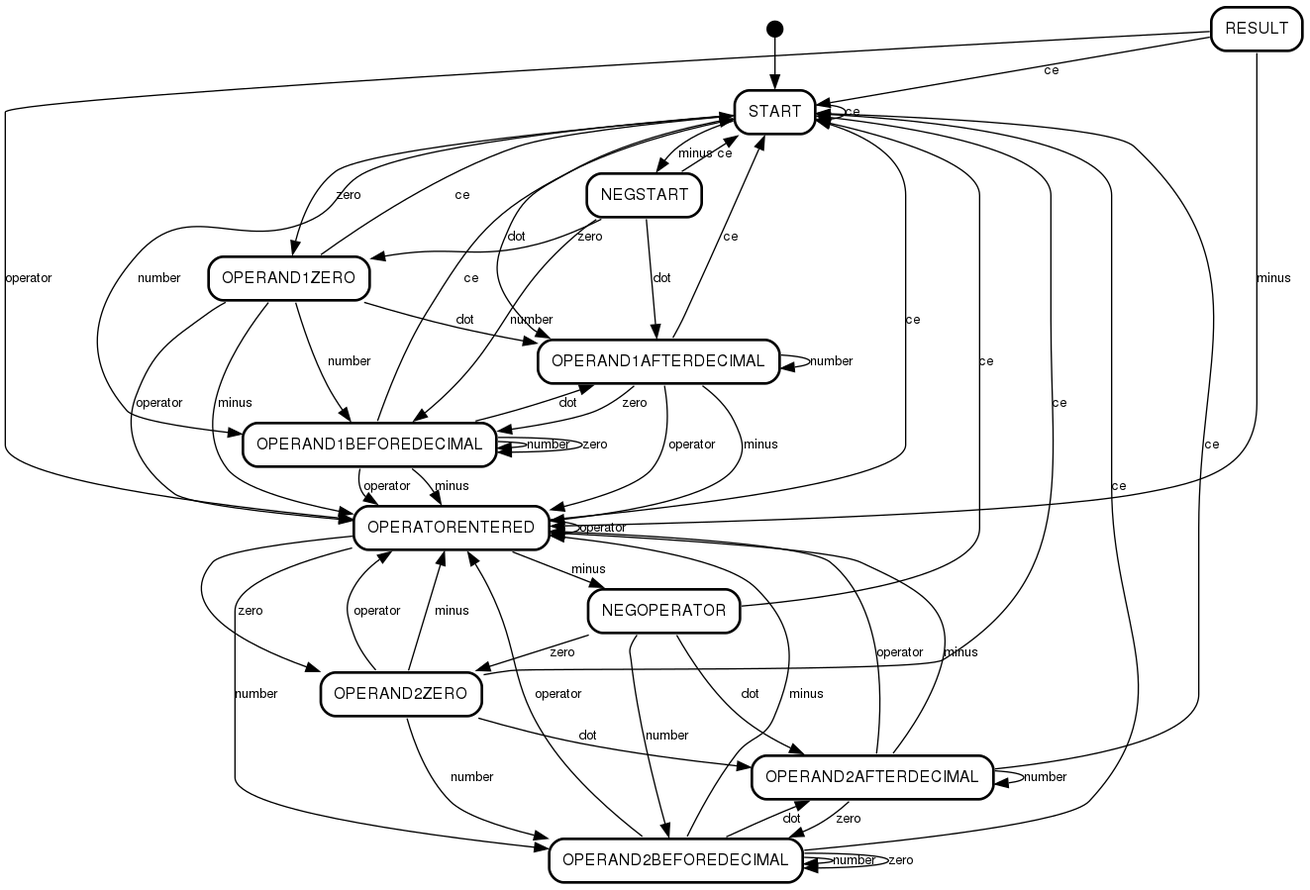
Earlier version of the Graphviz export examples/calc/statecharts/graph.png (diegoperezm/simple-machine-config-xstate). Its source is kept beside it as examples/calc/statecharts/graph.dot.
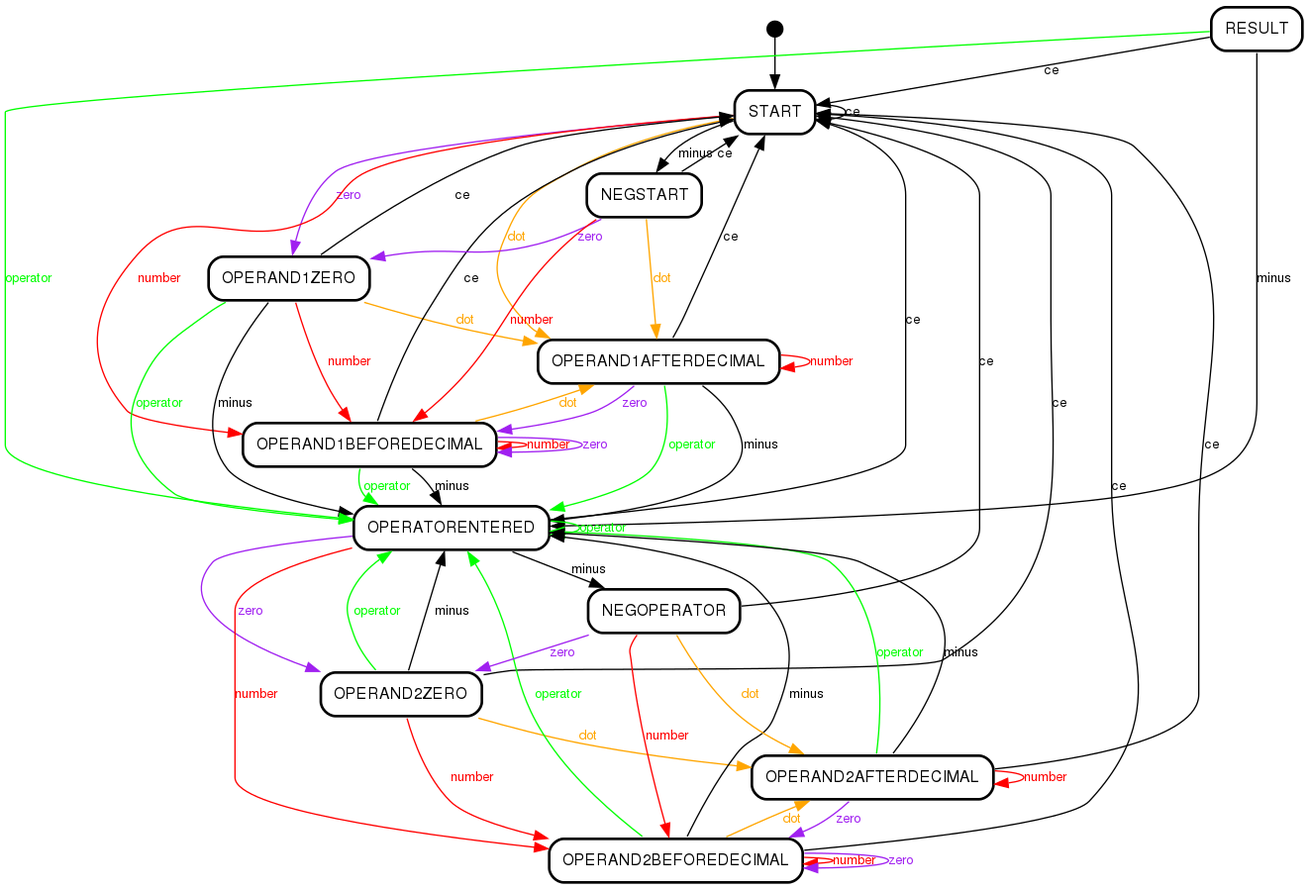
The same file after the commit.

Commit message:
Add new gulp task: graphMod and graph (color ver.)

Diff of the diagram source:
```diff
@@ -61,57 +61,57 @@
     >]
 
     "initial" -> "START" [label=" "]
-    "START" -> "OPERAND1AFTERDECIMAL" [label="dot   \l"]
-    "START" -> "OPERAND1ZERO" [label="zero   \l"]
-    "START" -> "OPERAND1BEFOREDECIMAL" [label="number   \l"]
+    "START" -> "OPERAND1AFTERDECIMAL" [fontcolor=orange color=orange label="dot   \l"]
+    "START" -> "OPERAND1ZERO" [fontcolor=purple color=purple label="zero   \l"]
+    "START" -> "OPERAND1BEFOREDECIMAL" [fontcolor=red color=red label="number   \l"]
     "START" -> "NEGSTART" [label="minus   \l"]
     "START" -> "START" [label="ce   \l"]
-    "RESULT" -> "OPERATORENTERED" [label="operator   \l"]
+    "RESULT" -> "OPERATORENTERED" [fontcolor=green color=green label="operator   \l"]
     "RESULT" -> "OPERATORENTERED" [label="minus   \l"]
     "RESULT" -> "START" [label="ce   \l"]
-    "OPERAND1ZERO" -> "OPERATORENTERED" [label="operator   \l"]
+    "OPERAND1ZERO" -> "OPERATORENTERED" [fontcolor=green color=green label="operator   \l"]
     "OPERAND1ZERO" -> "OPERATORENTERED" [label="minus   \l"]
     "OPERAND1ZERO" -> "START" [label="ce   \l"]
-    "OPERAND1ZERO" -> "OPERAND1BEFOREDECIMAL" [label="number   \l"]
-    "OPERAND1ZERO" -> "OPERAND1AFTERDECIMAL" [label="dot   \l"]
+    "OPERAND1ZERO" -> "OPERAND1BEFOREDECIMAL" [fontcolor=red color=red label="number   \l"]
+    "OPERAND1ZERO" -> "OPERAND1AFTERDECIMAL" [fontcolor=orange color=orange label="dot   \l"]
     "OPERAND1BEFOREDECIMAL" -> "START" [label="ce   \l"]
-    "OPERAND1BEFOREDECIMAL" -> "OPERATORENTERED" [label="operator   \l"]
+    "OPERAND1BEFOREDECIMAL" -> "OPERATORENTERED" [fontcolor=green color=green label="operator   \l"]
     "OPERAND1BEFOREDECIMAL" -> "OPERATORENTERED" [label="minus   \l"]
-    "OPERAND1BEFOREDECIMAL" -> "OPERAND1BEFOREDECIMAL" [label="number   \l"]
-    "OPERAND1BEFOREDECIMAL" -> "OPERAND1BEFOREDECIMAL" [label="zero   \l"]
-    "OPERAND1BEFOREDECIMAL" -> "OPERAND1AFTERDECIMAL" [label="dot   \l"]
+    "OPERAND1BEFOREDECIMAL" -> "OPERAND1BEFOREDECIMAL" [fontcolor=red color=red label="number   \l"]
+    "OPERAND1BEFOREDECIMAL" -> "OPERAND1BEFOREDECIMAL" [fontcolor=purple color=purple label="zero   \l"]
+    "OPERAND1BEFOREDECIMAL" -> "OPERAND1AFTERDECIMAL" [fontcolor=orange color=orange label="dot   \l"]
     "OPERAND1AFTERDECIMAL" -> "START" [label="ce   \l"]
-    "OPERAND1AFTERDECIMAL" -> "OPERATORENTERED" [label="operator   \l"]
+    "OPERAND1AFTERDECIMAL" -> "OPERATORENTERED" [fontcolor=green color=green label="operator   \l"]
     "OPERAND1AFTERDECIMAL" -> "OPERATORENTERED" [label="minus   \l"]
-    "OPERAND1AFTERDECIMAL" -> "OPERAND1AFTERDECIMAL" [label="number   \l"]
-    "OPERAND1AFTERDECIMAL" -> "OPERAND1BEFOREDECIMAL" [label="zero   \l"]
-    "NEGSTART" -> "OPERAND1BEFOREDECIMAL" [label="number   \l"]
-    "NEGSTART" -> "OPERAND1ZERO" [label="zero   \l"]
-    "NEGSTART" -> "OPERAND1AFTERDECIMAL" [label="dot   \l"]
+    "OPERAND1AFTERDECIMAL" -> "OPERAND1AFTERDECIMAL" [fontcolor=red color=red label="number   \l"]
+    "OPERAND1AFTERDECIMAL" -> "OPERAND1BEFOREDECIMAL" [fontcolor=purple color=purple label="zero   \l"]
+    "NEGSTART" -> "OPERAND1BEFOREDECIMAL" [fontcolor=red color=red label="number   \l"]
+    "NEGSTART" -> "OPERAND1ZERO" [fontcolor=purple color=purple label="zero   \l"]
+    "NEGSTART" -> "OPERAND1AFTERDECIMAL" [fontcolor=orange color=orange label="dot   \l"]
     "NEGSTART" -> "START" [label="ce   \l"]
     "OPERATORENTERED" -> "START" [label="ce   \l"]
-    "OPERATORENTERED" -> "OPERAND2ZERO" [label="zero   \l"]
-    "OPERATORENTERED" -> "OPERAND2BEFOREDECIMAL" [label="number   \l"]
-    "OPERATORENTERED" -> "OPERATORENTERED" [label="operator   \l"]
+    "OPERATORENTERED" -> "OPERAND2ZERO" [fontcolor=purple color=purple label="zero   \l"]
+    "OPERATORENTERED" -> "OPERAND2BEFOREDECIMAL" [fontcolor=red color=red label="number   \l"]
+    "OPERATORENTERED" -> "OPERATORENTERED" [fontcolor=green color=green label="operator   \l"]
     "OPERATORENTERED" -> "NEGOPERATOR" [label="minus   \l"]
-    "NEGOPERATOR" -> "OPERAND2BEFOREDECIMAL" [label="number   \l"]
-    "NEGOPERATOR" -> "OPERAND2ZERO" [label="zero   \l"]
-    "NEGOPERATOR" -> "OPERAND2AFTERDECIMAL" [label="dot   \l"]
+    "NEGOPERATOR" -> "OPERAND2BEFOREDECIMAL" [fontcolor=red color=red label="number   \l"]
+    "NEGOPERATOR" -> "OPERAND2ZERO" [fontcolor=purple color=purple label="zero   \l"]
+    "NEGOPERATOR" -> "OPERAND2AFTERDECIMAL" [fontcolor=orange color=orange label="dot   \l"]
     "NEGOPERATOR" -> "START" [label="ce   \l"]
-    "OPERAND2ZERO" -> "OPERATORENTERED" [label="operator   \l"]
+    "OPERAND2ZERO" -> "OPERATORENTERED" [fontcolor=green color=green label="operator   \l"]
     "OPERAND2ZERO" -> "OPERATORENTERED" [label="minus   \l"]
     "OPERAND2ZERO" -> "START" [label="ce   \l"]
-    "OPERAND2ZERO" -> "OPERAND2BEFOREDECIMAL" [label="number   \l"]
-    "OPERAND2ZERO" -> "OPERAND2AFTERDECIMAL" [label="dot   \l"]
+    "OPERAND2ZERO" -> "OPERAND2BEFOREDECIMAL" [fontcolor=red color=red label="number   \l"]
+    "OPERAND2ZERO" -> "OPERAND2AFTERDECIMAL" [fontcolor=orange color=orange label="dot   \l"]
     "OPERAND2BEFOREDECIMAL" -> "START" [label="ce   \l"]
-    "OPERAND2BEFOREDECIMAL" -> "OPERATORENTERED" [label="operator   \l"]
+    "OPERAND2BEFOREDECIMAL" -> "OPERATORENTERED" [fontcolor=green color=green label="operator   \l"]
     "OPERAND2BEFOREDECIMAL" -> "OPERATORENTERED" [label="minus   \l"]
-    "OPERAND2BEFOREDECIMAL" -> "OPERAND2BEFOREDECIMAL" [label="number   \l"]
-    "OPERAND2BEFOREDECIMAL" -> "OPERAND2BEFOREDECIMAL" [label="zero   \l"]
-    "OPERAND2BEFOREDECIMAL" -> "OPERAND2AFTERDECIMAL" [label="dot   \l"]
+    "OPERAND2BEFOREDECIMAL" -> "OPERAND2BEFOREDECIMAL" [fontcolor=red color=red label="number   \l"]
+    "OPERAND2BEFOREDECIMAL" -> "OPERAND2BEFOREDECIMAL" [fontcolor=purple color=purple label="zero   \l"]
+    "OPERAND2BEFOREDECIMAL" -> "OPERAND2AFTERDECIMAL" [fontcolor=orange color=orange label="dot   \l"]
     "OPERAND2AFTERDECIMAL" -> "START" [label="ce   \l"]
-    "OPERAND2AFTERDECIMAL" -> "OPERATORENTERED" [label="operator   \l"]
+    "OPERAND2AFTERDECIMAL" -> "OPERATORENTERED" [fontcolor=green color=green label="operator   \l"]
     "OPERAND2AFTERDECIMAL" -> "OPERATORENTERED" [label="minus   \l"]
-    "OPERAND2AFTERDECIMAL" -> "OPERAND2AFTERDECIMAL" [label="number   \l"]
-    "OPERAND2AFTERDECIMAL" -> "OPERAND2BEFOREDECIMAL" [label="zero   \l"]
+    "OPERAND2AFTERDECIMAL" -> "OPERAND2AFTERDECIMAL" [fontcolor=red color=red label="number   \l"]
+    "OPERAND2AFTERDECIMAL" -> "OPERAND2BEFOREDECIMAL" [fontcolor=purple color=purple label="zero   \l"]
 }
```
